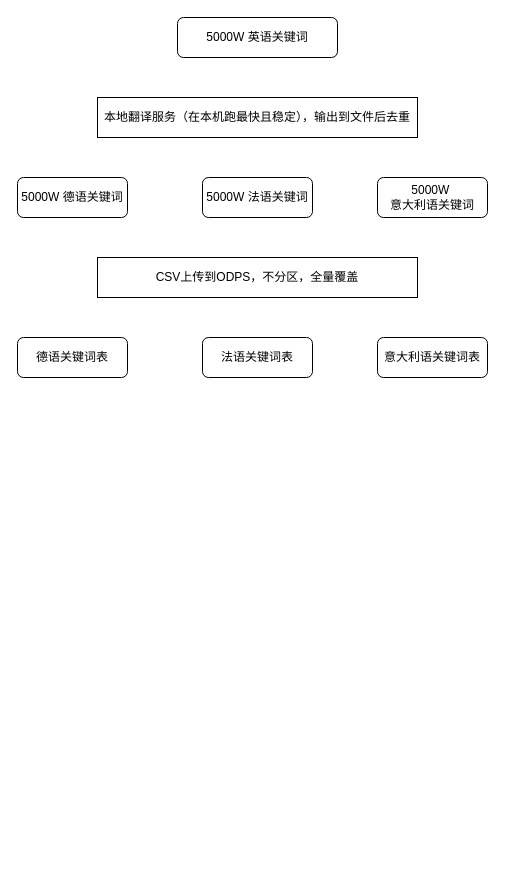
Before: drawio/大数据量关键词导入.drawio in VisableHarry/seo-drawio, a draw.io diagram. Source tidied: cells renumbered, new cells numbered last; positions are measured from the earlier drawing's top-left corner, leaving out a move shared by most shapes. Both pictures are drawn from the tidied source at 100%, with x=0, y=0 at pixel (17, 17).
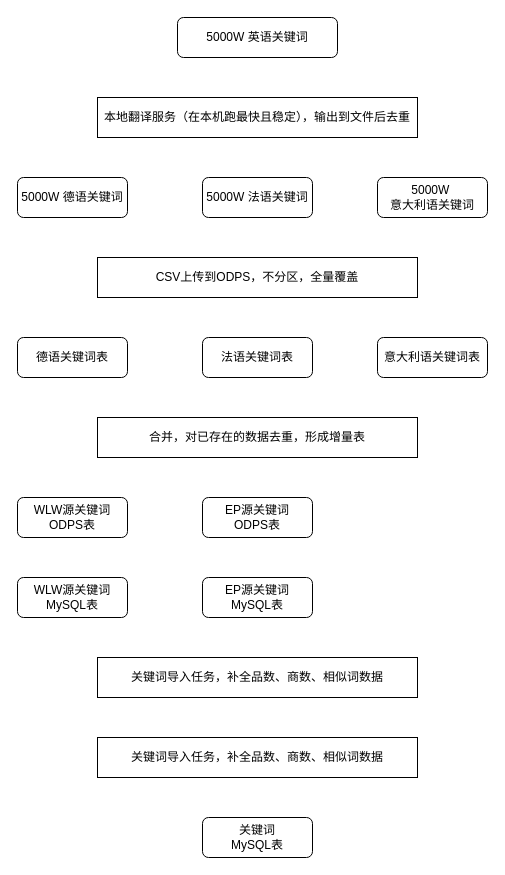
The same page after the edit.

Commit message (it also covers changes not shown here):
更新大数据量关键词导入.drawio

Diff of the diagram source:
```diff
@@
 <mxGraphModel>
   <root>
     <mxCell id="0" />
     <mxCell id="1" parent="0" />
     <mxCell id="2" value="5000W 英语关键词" style="rounded=1;whiteSpace=wrap;html=1;" parent="1" vertex="1">
       <mxGeometry x="160" width="160" height="40" as="geometry" />
     </mxCell>
     <mxCell id="3" value="本地翻译服务（在本机跑最快且稳定），输出到文件后去重" style="rounded=0;whiteSpace=wrap;html=1;" parent="1" vertex="1">
       <mxGeometry x="80" y="80" width="320" height="40" as="geometry" />
     </mxCell>
     <mxCell id="4" value="5000W 法语关键词" style="rounded=1;whiteSpace=wrap;html=1;" parent="1" vertex="1">
       <mxGeometry x="185" y="160" width="110" height="40" as="geometry" />
     </mxCell>
     <mxCell id="5" value="5000W 德语关键词" style="rounded=1;whiteSpace=wrap;html=1;" parent="1" vertex="1">
       <mxGeometry y="160" width="110" height="40" as="geometry" />
     </mxCell>
     <mxCell id="6" value="5000W&amp;nbsp;&lt;div&gt;意大利语关键词&lt;/div&gt;" style="rounded=1;whiteSpace=wrap;html=1;" parent="1" vertex="1">
       <mxGeometry x="360" y="160" width="110" height="40" as="geometry" />
     </mxCell>
     <mxCell id="7" value="CSV上传到ODPS，不分区，全量覆盖" style="rounded=0;whiteSpace=wrap;html=1;" parent="1" vertex="1">
       <mxGeometry x="80" y="240" width="320" height="40" as="geometry" />
     </mxCell>
     <mxCell id="8" value="德语关键词表" style="rounded=1;whiteSpace=wrap;html=1;" parent="1" vertex="1">
       <mxGeometry y="320" width="110" height="40" as="geometry" />
     </mxCell>
     <mxCell id="9" value="法语关键词表" style="rounded=1;whiteSpace=wrap;html=1;" parent="1" vertex="1">
       <mxGeometry x="185" y="320" width="110" height="40" as="geometry" />
     </mxCell>
     <mxCell id="10" value="意大利语关键词表" style="rounded=1;whiteSpace=wrap;html=1;" parent="1" vertex="1">
       <mxGeometry x="360" y="320" width="110" height="40" as="geometry" />
     </mxCell>
+    <mxCell id="11" value="EP源关键词&lt;div&gt;ODPS表&lt;/div&gt;" style="rounded=1;whiteSpace=wrap;html=1;" parent="1" vertex="1">
+      <mxGeometry x="185" y="480" width="110" height="40" as="geometry" />
+    </mxCell>
+    <mxCell id="12" value="WLW源关键词&lt;div&gt;ODPS表&lt;/div&gt;" style="rounded=1;whiteSpace=wrap;html=1;" parent="1" vertex="1">
+      <mxGeometry y="480" width="110" height="40" as="geometry" />
+    </mxCell>
+    <mxCell id="13" value="合并，对已存在的数据去重，形成增量表" style="rounded=0;whiteSpace=wrap;html=1;" parent="1" vertex="1">
+      <mxGeometry x="80" y="400" width="320" height="40" as="geometry" />
+    </mxCell>
+    <mxCell id="14" value="WLW源关键词&lt;div&gt;MySQL表&lt;/div&gt;" style="rounded=1;whiteSpace=wrap;html=1;" parent="1" vertex="1">
+      <mxGeometry y="560" width="110" height="40" as="geometry" />
+    </mxCell>
+    <mxCell id="15" value="EP源关键词&lt;div&gt;MySQL表&lt;/div&gt;" style="rounded=1;whiteSpace=wrap;html=1;" parent="1" vertex="1">
+      <mxGeometry x="185" y="560" width="110" height="40" as="geometry" />
+    </mxCell>
+    <mxCell id="16" value="关键词导入任务，补全品数、商数、相似词数据" style="rounded=0;whiteSpace=wrap;html=1;" parent="1" vertex="1">
+      <mxGeometry x="80" y="640" width="320" height="40" as="geometry" />
+    </mxCell>
+    <mxCell id="17" value="关键词&lt;div&gt;MySQL表&lt;/div&gt;" style="rounded=1;whiteSpace=wrap;html=1;" parent="1" vertex="1">
+      <mxGeometry x="185" y="800" width="110" height="40" as="geometry" />
+    </mxCell>
+    <mxCell id="18" value="关键词导入任务，补全品数、商数、相似词数据" style="rounded=0;whiteSpace=wrap;html=1;" parent="1" vertex="1">
+      <mxGeometry x="80" y="720" width="320" height="40" as="geometry" />
+    </mxCell>
   </root>
 </mxGraphModel>
```
